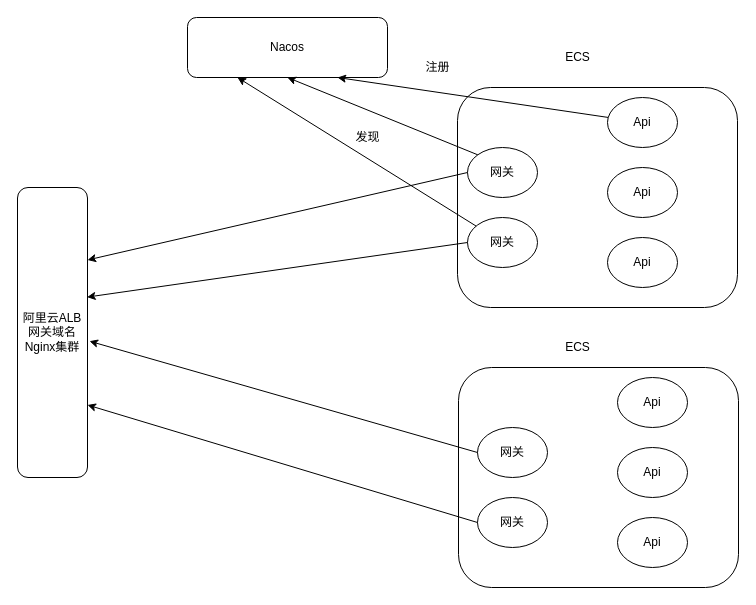
hao15239129517/drawio keeps this draw.io diagram as Project/服务注册与发现.drawio. Above is the earlier version. Source tidied: cells renumbered, new cells numbered last; positions are measured from the earlier drawing's top-left corner, leaving out a move shared by most shapes. Both pictures are drawn from the tidied source at 100%, with x=0, y=0 at pixel (17, 17).
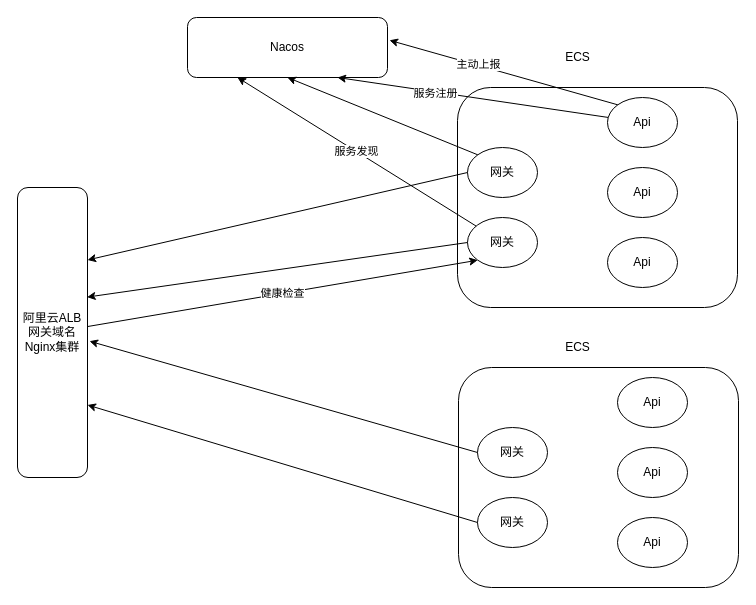
After the change.

Unchanged cells that the change refers to:
```xml
<mxCell id="2" value="阿里云ALB&lt;br&gt;网关域名&lt;br&gt;Nginx集群" style="rounded=1;whiteSpace=wrap;html=1;" parent="1" vertex="1">
  <mxGeometry y="170" width="70" height="290" as="geometry" />
</mxCell>
<mxCell id="3" value="Nacos" style="rounded=1;whiteSpace=wrap;html=1;" parent="1" vertex="1">
  <mxGeometry x="170" width="200" height="60" as="geometry" />
</mxCell>
<mxCell id="6" value="网关" style="ellipse;whiteSpace=wrap;html=1;" parent="1" vertex="1">
  <mxGeometry x="450" y="200" width="70" height="50" as="geometry" />
</mxCell>
<mxCell id="9" value="Api" style="ellipse;whiteSpace=wrap;html=1;" parent="1" vertex="1">
  <mxGeometry x="590" y="80" width="70" height="50" as="geometry" />
</mxCell>
<mxCell id="12" style="endArrow=classic;html=1;rounded=0;entryX=0.75;entryY=1;entryDx=0;entryDy=0;" parent="1" edge="1" source="9" target="3">
  <mxGeometry relative="1" as="geometry" />
</mxCell>
```

Diff of the diagram source:
```diff
@@
-    <mxCell id="11" style="endArrow=classic;html=1;rounded=0;" parent="1" edge="1" source="6">
+    <mxCell id="11" value="服务发现" style="endArrow=classic;html=1;rounded=0;" parent="1" edge="1" source="6">
       <mxGeometry relative="1" as="geometry">
         <mxPoint x="220" y="60" as="targetPoint" />
       </mxGeometry>
     </mxCell>
@@
-    <mxCell id="13" value="注册" style="text;html=1;align=center;verticalAlign=middle;strokeColor=none;fillColor=none;" parent="1" vertex="1">
-      <mxGeometry x="395" y="35" width="50" height="30" as="geometry" />
-    </mxCell>
-    <mxCell id="14" value="发现" style="text;html=1;align=center;verticalAlign=middle;strokeColor=none;fillColor=none;" parent="1" vertex="1">
-      <mxGeometry x="325" y="105" width="50" height="30" as="geometry" />
-    </mxCell>
+    <mxCell id="27" value="服务注册" style="edgeLabel;html=1;align=center;verticalAlign=middle;" parent="12" vertex="1">
+      <mxGeometry x="0.28" y="1" relative="1" as="geometry" />
+    </mxCell>
@@
+    <mxCell id="28" value="健康检查" style="endArrow=classic;html=1;rounded=0;entryX=0;entryY=1;entryDx=0;entryDy=0;" parent="1" edge="1" source="2" target="6">
+      <mxGeometry relative="1" as="geometry" />
+    </mxCell>
+    <mxCell id="29" style="endArrow=classic;html=1;rounded=0;entryX=1.01;entryY=0.38;entryDx=0;entryDy=0;entryPerimeter=0;exitX=0;exitY=0;exitDx=0;exitDy=0;" parent="1" edge="1" source="9" target="3">
+      <mxGeometry relative="1" as="geometry" />
+    </mxCell>
+    <mxCell id="30" value="主动上报" style="edgeLabel;html=1;align=center;verticalAlign=middle;" parent="29" vertex="1">
+      <mxGeometry x="0.22" y="-1" relative="1" as="geometry" />
+    </mxCell>
```
